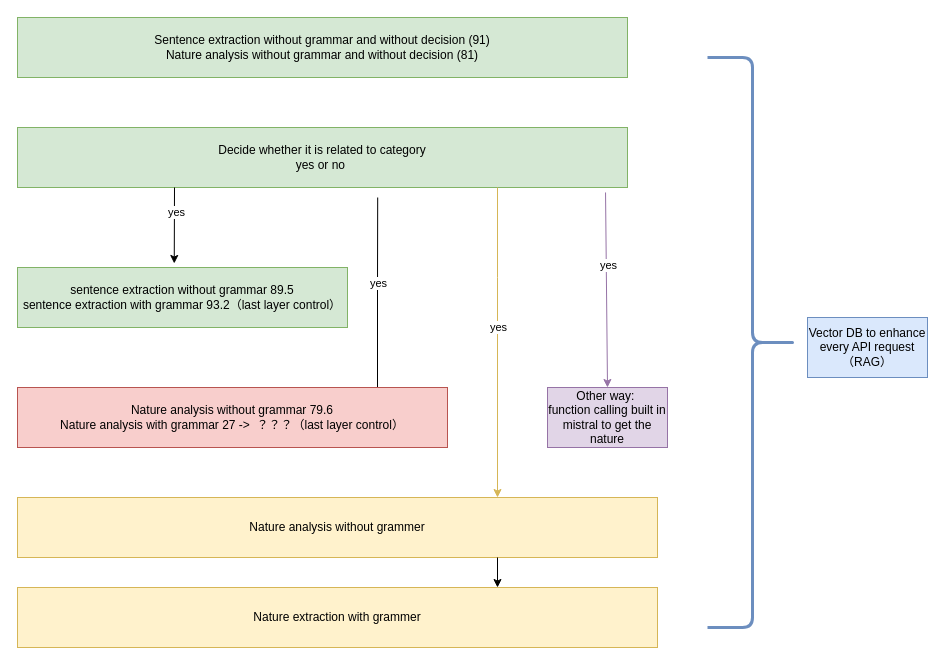
Above: blank.drawio in Dylan-CS/drawio (draw.io), before the change. Source tidied: cells renumbered, new cells numbered last; positions are measured from the earlier drawing's top-left corner, leaving out a move shared by most shapes. Both pictures are drawn from the tidied source at 100%, with x=0, y=0 at pixel (17, 17).
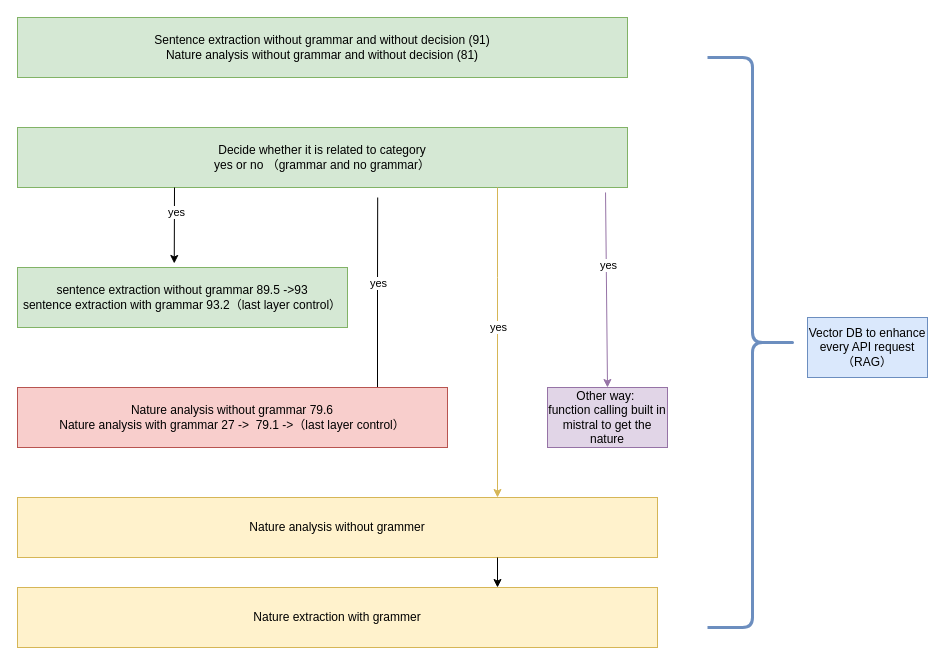
After the change.

Change to the diagram source:
```diff
@@
-    <mxCell id="2" value="Decide whether it is related to category&lt;div&gt;yes or no&amp;nbsp;&lt;/div&gt;" style="rounded=0;whiteSpace=wrap;html=1;fillColor=#d5e8d4;strokeColor=#82b366;" parent="1" vertex="1">
+    <mxCell id="2" value="Decide whether it is related to category&lt;div&gt;yes or no （grammar and no grammar）&lt;/div&gt;" style="rounded=0;whiteSpace=wrap;html=1;fillColor=#d5e8d4;strokeColor=#82b366;" parent="1" vertex="1">
       <mxGeometry y="110" width="610" height="60" as="geometry" />
     </mxCell>
-    <mxCell id="3" value="sentence extraction without grammar 89.5&lt;div&gt;sentence extraction with grammar&amp;nbsp;93.2&lt;span style=&quot;background-color: initial;&quot;&gt;（last layer control）&lt;/span&gt;&lt;br&gt;&lt;/div&gt;" style="rounded=0;whiteSpace=wrap;html=1;fillColor=#d5e8d4;strokeColor=#82b366;" parent="1" vertex="1">
+    <mxCell id="3" value="sentence extraction without grammar 89.5 -&amp;gt;93&lt;div&gt;sentence extraction with grammar&amp;nbsp;93.2&lt;span style=&quot;background-color: initial;&quot;&gt;（last layer control）&lt;/span&gt;&lt;br&gt;&lt;/div&gt;" style="rounded=0;whiteSpace=wrap;html=1;fillColor=#d5e8d4;strokeColor=#82b366;" parent="1" vertex="1">
       <mxGeometry y="250" width="330" height="60" as="geometry" />
     </mxCell>
@@
-    <mxCell id="8" value="Nature analysis without grammar 79.6&lt;br&gt;Nature analysis with grammar 27 -&amp;gt;&amp;nbsp; ？？？（last layer control）" style="rounded=0;whiteSpace=wrap;html=1;fillColor=#f8cecc;strokeColor=#b85450;" parent="1" vertex="1">
+    <mxCell id="8" value="Nature analysis without grammar 79.6&lt;br&gt;Nature analysis with grammar 27 -&amp;gt;&amp;nbsp; 79.1 -&amp;gt;（last layer control）" style="rounded=0;whiteSpace=wrap;html=1;fillColor=#f8cecc;strokeColor=#b85450;" parent="1" vertex="1">
       <mxGeometry y="370" width="430" height="60" as="geometry" />
     </mxCell>
```
